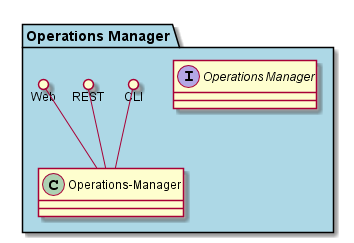
CAADE/C3 keeps this PlantUML diagram as docs/Solution/Operations-Manager/Logical.png. Above is the earlier version.
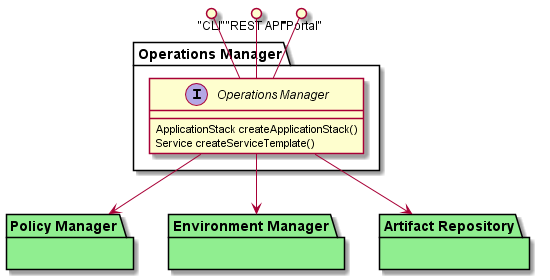
After the commit.

What changed in the source:
```diff
@@ -1,14 +1,21 @@
 @startuml
 
-package "Operations Manager" #lightblue {
-    interface "Operations Manager" {
+package "Operations Manager" {
+  interface "Operations Manager" {
+      ApplicationStack createApplicationStack()
+      Service createServiceTemplate()
+  }
+}
+"CLI" ()-- "Operations Manager"
+"REST API" ()-- "Operations Manager"
+"Portal" ()-- "Operations Manager"
 
-    }
-    CLI ()-- "Operations-Manager"
-    REST ()-- "Operations-Manager"
-    Web ()-- "Operations-Manager"
+package "Policy Manager"  #lightgreen {}
+package "Environment Manager" #lightgreen {}
+package "Artifact Repository" #lightgreen {}
 
-}
-
+"Operations Manager" --> "Artifact Repository"
+"Operations Manager" --> "Policy Manager"
+"Operations Manager" --> "Environment Manager"
 
 @enduml
```
